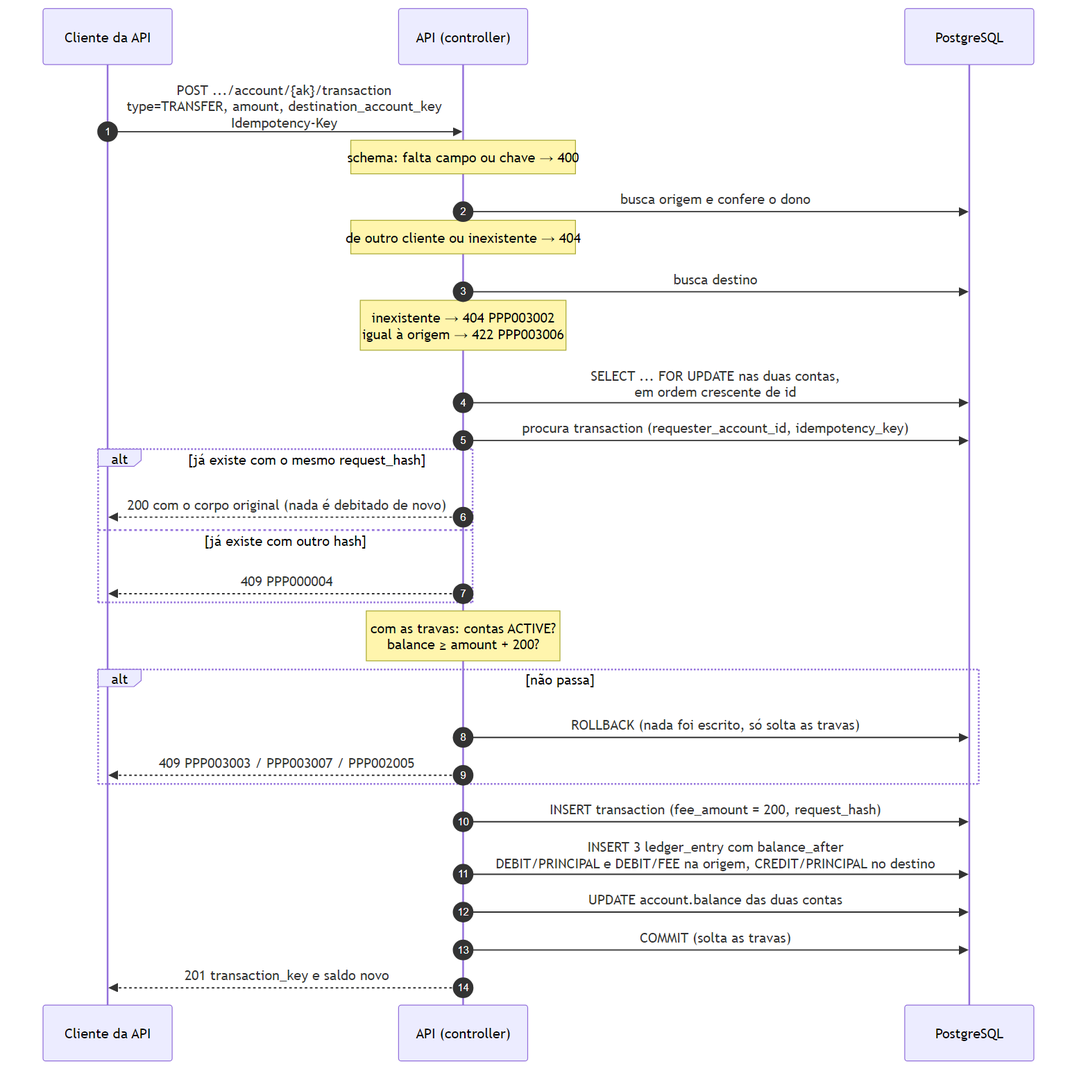
The Mermaid diagram docs/diagramas/transferencia.png in heluylucas/bootcamp-qi-tech-presidas-, before a commit. Its source is kept beside it as docs/diagramas/transferencia.mmd. Source of this version:
```mermaid
sequenceDiagram
    autonumber
    participant C as Cliente da API
    participant API as API (controller)
    participant DB as PostgreSQL

    C->>API: POST .../account/{ak}/transaction<br/>type=TRANSFER, amount, destination_account_key<br/>Idempotency-Key
    Note over API: schema: falta campo ou chave → 400
    API->>DB: busca origem e confere o dono
    Note over API: de outro cliente ou inexistente → 404
    API->>DB: busca destino
    Note over API: inexistente → 404 PPP003002<br/>igual à origem → 422 PPP003006
    API->>DB: SELECT ... FOR UPDATE nas duas contas,<br/>em ordem crescente de id
    API->>DB: procura transaction (requester_account_id, idempotency_key)
    alt já existe com o mesmo request_hash
        API-->>C: 200 com o corpo original (nada é debitado de novo)
    else já existe com outro hash
        API-->>C: 409 PPP000004
    end
    Note over API: com as travas: contas ACTIVE?<br/>balance ≥ amount + 200?
    alt não passa
        API->>DB: ROLLBACK (nada foi escrito, só solta as travas)
        API-->>C: 409 PPP003003 / PPP003007 / PPP002005
    end
    API->>DB: INSERT transaction (fee_amount = 200, request_hash)
    API->>DB: INSERT 3 ledger_entry com balance_after<br/>DEBIT/PRINCIPAL e DEBIT/FEE na origem, CREDIT/PRINCIPAL no destino
    API->>DB: UPDATE account.balance das duas contas
    API->>DB: COMMIT (solta as travas)
    API-->>C: 201 transaction_key e saldo novo
```
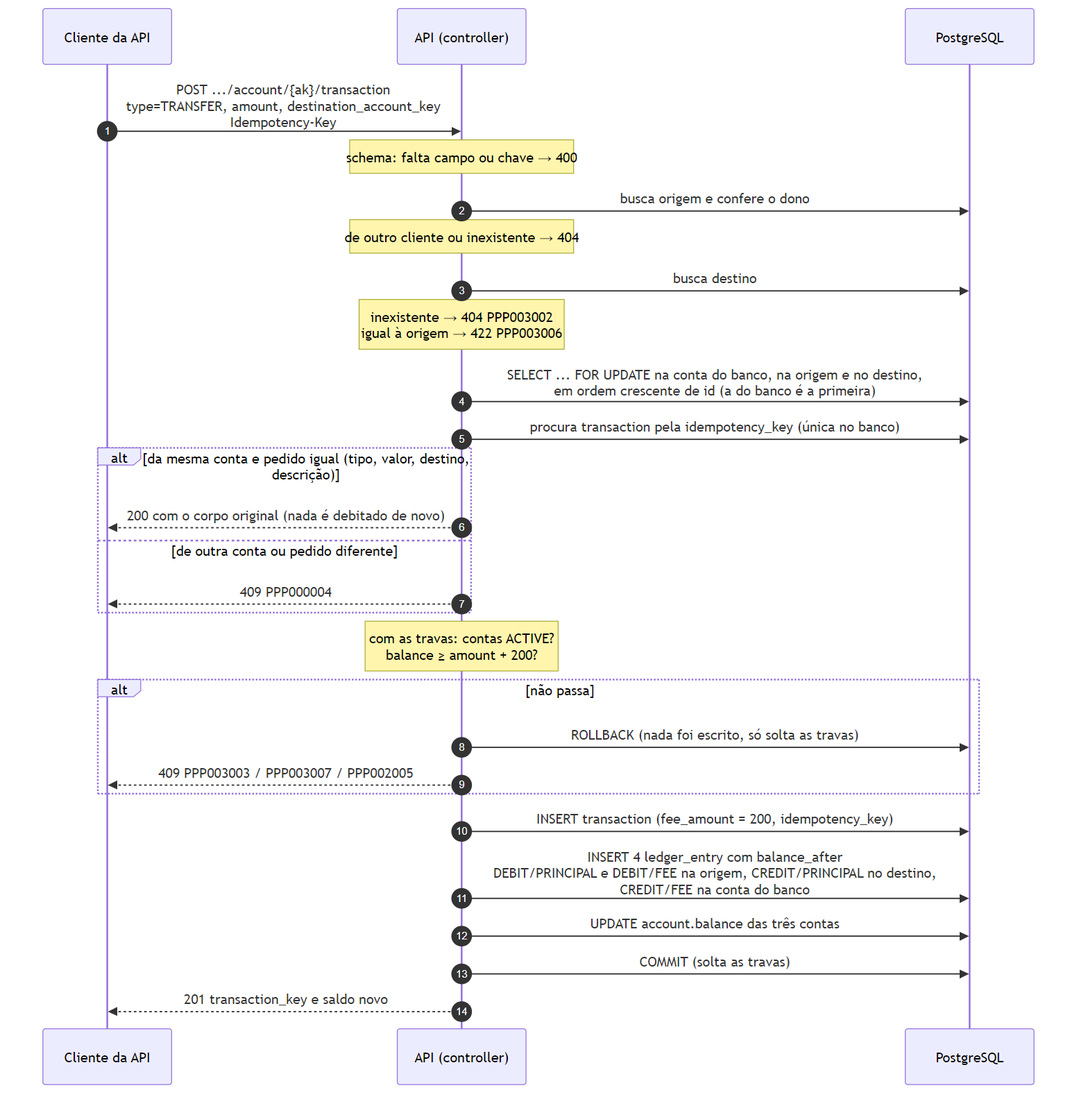
The same diagram one commit later.

What changed in the source:
```diff
@@ -10,11 +10,11 @@
     Note over API: de outro cliente ou inexistente → 404
     API->>DB: busca destino
     Note over API: inexistente → 404 PPP003002<br/>igual à origem → 422 PPP003006
-    API->>DB: SELECT ... FOR UPDATE nas duas contas,<br/>em ordem crescente de id
-    API->>DB: procura transaction (requester_account_id, idempotency_key)
-    alt já existe com o mesmo request_hash
+    API->>DB: SELECT ... FOR UPDATE na conta do banco, na origem e no destino,<br/>em ordem crescente de id (a do banco é a primeira)
+    API->>DB: procura transaction pela idempotency_key (única no banco)
+    alt da mesma conta e pedido igual (tipo, valor, destino, descrição)
         API-->>C: 200 com o corpo original (nada é debitado de novo)
-    else já existe com outro hash
+    else de outra conta ou pedido diferente
         API-->>C: 409 PPP000004
     end
     Note over API: com as travas: contas ACTIVE?<br/>balance ≥ amount + 200?
@@ -22,8 +22,8 @@
         API->>DB: ROLLBACK (nada foi escrito, só solta as travas)
         API-->>C: 409 PPP003003 / PPP003007 / PPP002005
     end
-    API->>DB: INSERT transaction (fee_amount = 200, request_hash)
-    API->>DB: INSERT 3 ledger_entry com balance_after<br/>DEBIT/PRINCIPAL e DEBIT/FEE na origem, CREDIT/PRINCIPAL no destino
-    API->>DB: UPDATE account.balance das duas contas
+    API->>DB: INSERT transaction (fee_amount = 200, idempotency_key)
+    API->>DB: INSERT 4 ledger_entry com balance_after<br/>DEBIT/PRINCIPAL e DEBIT/FEE na origem, CREDIT/PRINCIPAL no destino,<br/>CREDIT/FEE na conta do banco
+    API->>DB: UPDATE account.balance das três contas
     API->>DB: COMMIT (solta as travas)
     API-->>C: 201 transaction_key e saldo novo
```
